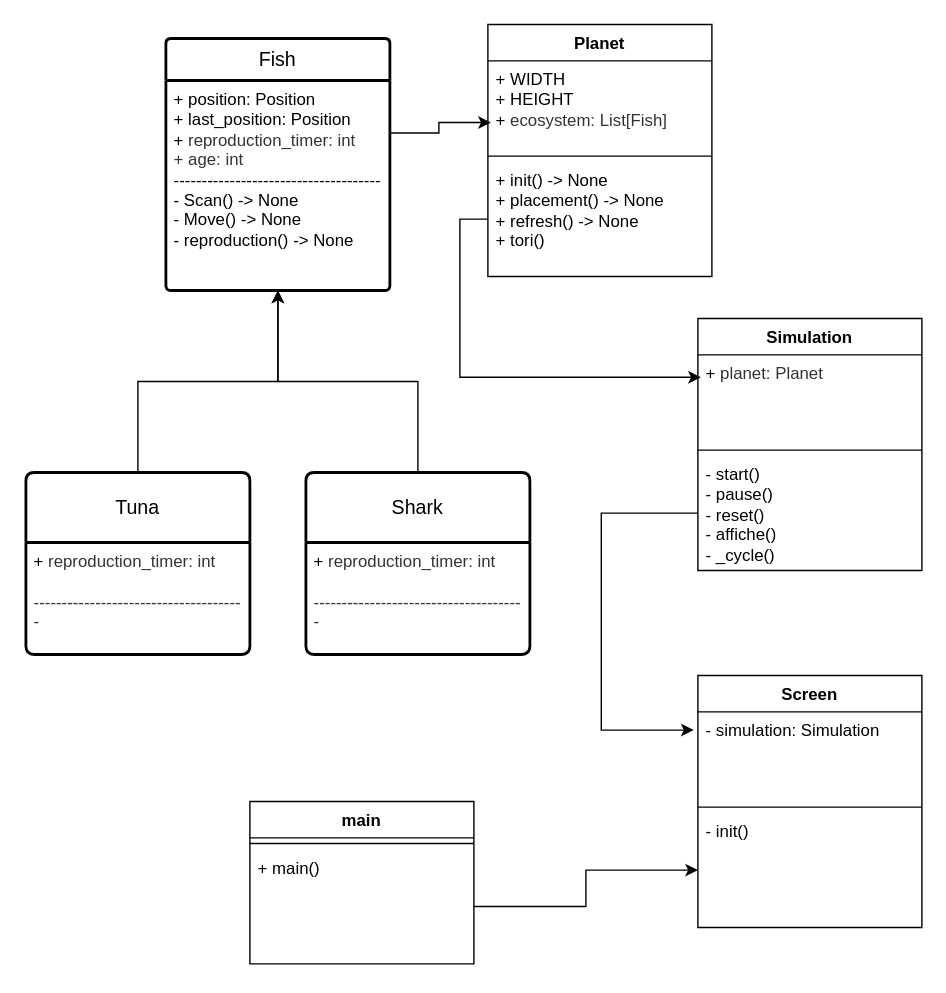
This is datas/Diagramme sans nom.drawio from shini559/Wa-Tor, a draw.io file, before an edit. Source tidied: cells renumbered, new cells numbered last; positions are measured from the earlier drawing's top-left corner, leaving out a move shared by most shapes. Both pictures are drawn from the tidied source at 140%, with x=0, y=0 at pixel (25, 24).
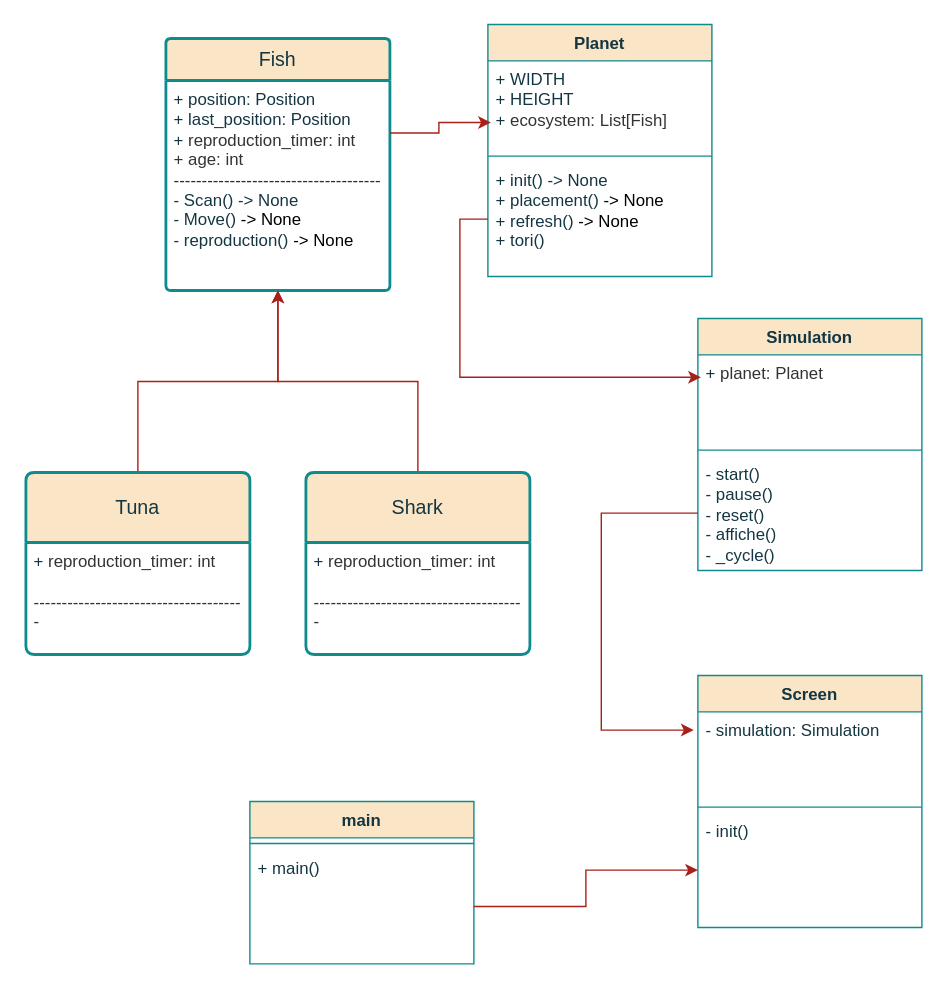
After the change.

Commit message:
Mettre à jour Diagramme sans nom.drawio

What changed in the source:
```diff
@@
-    <mxCell id="2" value="Fish" style="swimlane;horizontal=1;startSize=30;rounded=1;fontSize=14;fontStyle=0;strokeWidth=2;shadow=0;dashed=0;align=center;arcSize=4;whiteSpace=wrap;html=1;" parent="1" vertex="1">
+    <mxCell id="2" value="Fish" style="swimlane;horizontal=1;startSize=30;rounded=1;fontSize=14;fontStyle=0;strokeWidth=2;shadow=0;dashed=0;align=center;arcSize=4;whiteSpace=wrap;html=1;labelBackgroundColor=none;fillColor=#FAE5C7;strokeColor=#0F8B8D;fontColor=#143642;" parent="1" vertex="1">
       <mxGeometry x="100" y="10" width="160" height="180" as="geometry" />
     </mxCell>
-    <mxCell id="3" value="+ position: Position&lt;br&gt;+ last_position: Position&lt;div&gt;+&amp;nbsp;&lt;span style=&quot;background-color: rgb(255, 255, 255); color: rgb(51, 51, 51);&quot;&gt;&lt;font face=&quot;Helvetica&quot;&gt;reproduction_timer: int&lt;/font&gt;&lt;/span&gt;&lt;/div&gt;&lt;div&gt;&lt;font color=&quot;#333333&quot;&gt;+ age: int&lt;br&gt;&lt;/font&gt;&lt;div&gt;-------------------------------------&lt;/div&gt;&lt;div&gt;- Scan() -&amp;gt; None&lt;/div&gt;&lt;div&gt;- Move()&lt;span style=&quot;background-color: transparent; color: light-dark(rgb(0, 0, 0), rgb(255, 255, 255));&quot;&gt;&amp;nbsp;&lt;/span&gt;&lt;span style=&quot;background-color: transparent; color: light-dark(rgb(0, 0, 0), rgb(255, 255, 255));&quot;&gt;-&amp;gt; None&lt;/span&gt;&lt;/div&gt;&lt;div&gt;- reproduction()&lt;span style=&quot;background-color: transparent; color: light-dark(rgb(0, 0, 0), rgb(255, 255, 255));&quot;&gt;&amp;nbsp;&lt;/span&gt;&lt;span style=&quot;background-color: transparent; color: light-dark(rgb(0, 0, 0), rgb(255, 255, 255));&quot;&gt;-&amp;gt; None&lt;/span&gt;&lt;/div&gt;&lt;/div&gt;" style="align=left;strokeColor=none;fillColor=none;spacingLeft=4;spacingRight=4;fontSize=12;verticalAlign=top;html=1;whiteSpace=wrap;" parent="2" vertex="1">
+    <mxCell id="3" value="+ position: Position&lt;br&gt;+ last_position: Position&lt;div&gt;+&amp;nbsp;&lt;span style=&quot;background-color: rgb(255, 255, 255); color: rgb(51, 51, 51);&quot;&gt;&lt;font face=&quot;Helvetica&quot;&gt;reproduction_timer: int&lt;/font&gt;&lt;/span&gt;&lt;/div&gt;&lt;div&gt;&lt;font color=&quot;#333333&quot;&gt;+ age: int&lt;br&gt;&lt;/font&gt;&lt;div&gt;-------------------------------------&lt;/div&gt;&lt;div&gt;- Scan() -&amp;gt; None&lt;/div&gt;&lt;div&gt;- Move()&lt;span style=&quot;background-color: transparent; color: light-dark(rgb(0, 0, 0), rgb(255, 255, 255));&quot;&gt;&amp;nbsp;&lt;/span&gt;&lt;span style=&quot;background-color: transparent; color: light-dark(rgb(0, 0, 0), rgb(255, 255, 255));&quot;&gt;-&amp;gt; None&lt;/span&gt;&lt;/div&gt;&lt;div&gt;- reproduction()&lt;span style=&quot;background-color: transparent; color: light-dark(rgb(0, 0, 0), rgb(255, 255, 255));&quot;&gt;&amp;nbsp;&lt;/span&gt;&lt;span style=&quot;background-color: transparent; color: light-dark(rgb(0, 0, 0), rgb(255, 255, 255));&quot;&gt;-&amp;gt; None&lt;/span&gt;&lt;/div&gt;&lt;/div&gt;" style="align=left;strokeColor=none;fillColor=none;spacingLeft=4;spacingRight=4;fontSize=12;verticalAlign=top;html=1;whiteSpace=wrap;labelBackgroundColor=none;fontColor=#143642;" parent="2" vertex="1">
       <mxGeometry y="30" width="160" height="150" as="geometry" />
     </mxCell>
-    <mxCell id="4" style="edgeStyle=orthogonalEdgeStyle;rounded=0;jettySize=auto;html=1;exitX=0.5;exitY=0;exitDx=0;exitDy=0;entryX=0.5;entryY=1;entryDx=0;entryDy=0;" parent="1" edge="1" source="5" target="3">
+    <mxCell id="4" style="edgeStyle=orthogonalEdgeStyle;rounded=0;jettySize=auto;html=1;exitX=0.5;exitY=0;exitDx=0;exitDy=0;entryX=0.5;entryY=1;entryDx=0;entryDy=0;labelBackgroundColor=none;strokeColor=#A8201A;fontColor=default;" parent="1" edge="1" source="5" target="3">
       <mxGeometry relative="1" as="geometry" />
     </mxCell>
-    <mxCell id="5" value="Tuna" style="swimlane;horizontal=1;startSize=50;rounded=1;fontSize=14;fontStyle=0;strokeWidth=2;shadow=0;dashed=0;align=center;arcSize=4;whiteSpace=wrap;html=1;" parent="1" vertex="1">
+    <mxCell id="5" value="Tuna" style="swimlane;horizontal=1;startSize=50;rounded=1;fontSize=14;fontStyle=0;strokeWidth=2;shadow=0;dashed=0;align=center;arcSize=4;whiteSpace=wrap;html=1;labelBackgroundColor=none;fillColor=#FAE5C7;strokeColor=#0F8B8D;fontColor=#143642;" parent="1" vertex="1">
       <mxGeometry y="320" width="160" height="130" as="geometry" />
     </mxCell>
-    <mxCell id="6" value="+&amp;nbsp;&lt;span style=&quot;background-color: rgb(255, 255, 255); color: rgb(51, 51, 51);&quot;&gt;&lt;font face=&quot;Helvetica&quot;&gt;reproduction_timer: int&lt;/font&gt;&lt;/span&gt;&lt;div&gt;&lt;span style=&quot;background-color: rgb(255, 255, 255); color: rgb(51, 51, 51);&quot;&gt;&lt;font face=&quot;Helvetica&quot;&gt;&lt;br&gt;&lt;/font&gt;&lt;/span&gt;&lt;/div&gt;&lt;div&gt;&lt;span style=&quot;background-color: rgb(255, 255, 255); color: rgb(51, 51, 51);&quot;&gt;&lt;font face=&quot;Helvetica&quot;&gt;-------------------------------------&lt;/font&gt;&lt;/span&gt;&lt;/div&gt;&lt;div&gt;&lt;span style=&quot;background-color: rgb(255, 255, 255); color: rgb(51, 51, 51);&quot;&gt;&lt;font face=&quot;Helvetica&quot;&gt;-&amp;nbsp;&lt;/font&gt;&lt;/span&gt;&lt;/div&gt;&lt;div&gt;&lt;span style=&quot;background-color: rgb(255, 255, 255); color: rgb(51, 51, 51);&quot;&gt;&lt;font face=&quot;Helvetica&quot;&gt;&lt;br&gt;&lt;/font&gt;&lt;/span&gt;&lt;/div&gt;" style="align=left;strokeColor=none;fillColor=none;spacingLeft=4;spacingRight=4;fontSize=12;verticalAlign=top;html=1;whiteSpace=wrap;" parent="5" vertex="1">
+    <mxCell id="6" value="+&amp;nbsp;&lt;span style=&quot;background-color: rgb(255, 255, 255); color: rgb(51, 51, 51);&quot;&gt;&lt;font face=&quot;Helvetica&quot;&gt;reproduction_timer: int&lt;/font&gt;&lt;/span&gt;&lt;div&gt;&lt;span style=&quot;background-color: rgb(255, 255, 255); color: rgb(51, 51, 51);&quot;&gt;&lt;font face=&quot;Helvetica&quot;&gt;&lt;br&gt;&lt;/font&gt;&lt;/span&gt;&lt;/div&gt;&lt;div&gt;&lt;span style=&quot;background-color: rgb(255, 255, 255); color: rgb(51, 51, 51);&quot;&gt;&lt;font face=&quot;Helvetica&quot;&gt;-------------------------------------&lt;/font&gt;&lt;/span&gt;&lt;/div&gt;&lt;div&gt;&lt;span style=&quot;background-color: rgb(255, 255, 255); color: rgb(51, 51, 51);&quot;&gt;&lt;font face=&quot;Helvetica&quot;&gt;-&amp;nbsp;&lt;/font&gt;&lt;/span&gt;&lt;/div&gt;&lt;div&gt;&lt;span style=&quot;background-color: rgb(255, 255, 255); color: rgb(51, 51, 51);&quot;&gt;&lt;font face=&quot;Helvetica&quot;&gt;&lt;br&gt;&lt;/font&gt;&lt;/span&gt;&lt;/div&gt;" style="align=left;strokeColor=none;fillColor=none;spacingLeft=4;spacingRight=4;fontSize=12;verticalAlign=top;html=1;whiteSpace=wrap;labelBackgroundColor=none;fontColor=#143642;" parent="5" vertex="1">
       <mxGeometry y="50" width="160" height="80" as="geometry" />
     </mxCell>
-    <mxCell id="7" style="edgeStyle=orthogonalEdgeStyle;rounded=0;jettySize=auto;html=1;exitX=0.5;exitY=0;exitDx=0;exitDy=0;entryX=0.5;entryY=1;entryDx=0;entryDy=0;" parent="1" edge="1" source="8" target="3">
+    <mxCell id="7" style="edgeStyle=orthogonalEdgeStyle;rounded=0;jettySize=auto;html=1;exitX=0.5;exitY=0;exitDx=0;exitDy=0;entryX=0.5;entryY=1;entryDx=0;entryDy=0;labelBackgroundColor=none;strokeColor=#A8201A;fontColor=default;" parent="1" edge="1" source="8" target="3">
       <mxGeometry relative="1" as="geometry" />
     </mxCell>
-    <mxCell id="8" value="Shark" style="swimlane;horizontal=1;startSize=50;rounded=1;fontSize=14;fontStyle=0;strokeWidth=2;shadow=0;dashed=0;align=center;arcSize=4;whiteSpace=wrap;html=1;" parent="1" vertex="1">
+    <mxCell id="8" value="Shark" style="swimlane;horizontal=1;startSize=50;rounded=1;fontSize=14;fontStyle=0;strokeWidth=2;shadow=0;dashed=0;align=center;arcSize=4;whiteSpace=wrap;html=1;labelBackgroundColor=none;fillColor=#FAE5C7;strokeColor=#0F8B8D;fontColor=#143642;" parent="1" vertex="1">
       <mxGeometry x="200" y="320" width="160" height="130" as="geometry" />
     </mxCell>
-    <mxCell id="9" value="+&amp;nbsp;&lt;span style=&quot;background-color: rgb(255, 255, 255); color: rgb(51, 51, 51);&quot;&gt;&lt;font face=&quot;Helvetica&quot;&gt;reproduction_timer: int&lt;/font&gt;&lt;/span&gt;&lt;div&gt;&lt;span style=&quot;background-color: rgb(255, 255, 255); color: rgb(51, 51, 51);&quot;&gt;&lt;font face=&quot;Helvetica&quot;&gt;&lt;br&gt;&lt;/font&gt;&lt;/span&gt;&lt;/div&gt;&lt;div&gt;&lt;span style=&quot;background-color: rgb(255, 255, 255); color: rgb(51, 51, 51);&quot;&gt;&lt;font face=&quot;Helvetica&quot;&gt;-------------------------------------&lt;/font&gt;&lt;/span&gt;&lt;/div&gt;&lt;div&gt;&lt;span style=&quot;background-color: rgb(255, 255, 255); color: rgb(51, 51, 51);&quot;&gt;&lt;font face=&quot;Helvetica&quot;&gt;-&amp;nbsp;&lt;/font&gt;&lt;/span&gt;&lt;/div&gt;&lt;div&gt;&lt;span style=&quot;background-color: rgb(255, 255, 255); color: rgb(51, 51, 51);&quot;&gt;&lt;font face=&quot;Helvetica&quot;&gt;&lt;br&gt;&lt;/font&gt;&lt;/span&gt;&lt;/div&gt;" style="align=left;strokeColor=none;fillColor=none;spacingLeft=4;spacingRight=4;fontSize=12;verticalAlign=top;html=1;whiteSpace=wrap;" parent="8" vertex="1">
+    <mxCell id="9" value="+&amp;nbsp;&lt;span style=&quot;background-color: rgb(255, 255, 255); color: rgb(51, 51, 51);&quot;&gt;&lt;font face=&quot;Helvetica&quot;&gt;reproduction_timer: int&lt;/font&gt;&lt;/span&gt;&lt;div&gt;&lt;span style=&quot;background-color: rgb(255, 255, 255); color: rgb(51, 51, 51);&quot;&gt;&lt;font face=&quot;Helvetica&quot;&gt;&lt;br&gt;&lt;/font&gt;&lt;/span&gt;&lt;/div&gt;&lt;div&gt;&lt;span style=&quot;background-color: rgb(255, 255, 255); color: rgb(51, 51, 51);&quot;&gt;&lt;font face=&quot;Helvetica&quot;&gt;-------------------------------------&lt;/font&gt;&lt;/span&gt;&lt;/div&gt;&lt;div&gt;&lt;span style=&quot;background-color: rgb(255, 255, 255); color: rgb(51, 51, 51);&quot;&gt;&lt;font face=&quot;Helvetica&quot;&gt;-&amp;nbsp;&lt;/font&gt;&lt;/span&gt;&lt;/div&gt;&lt;div&gt;&lt;span style=&quot;background-color: rgb(255, 255, 255); color: rgb(51, 51, 51);&quot;&gt;&lt;font face=&quot;Helvetica&quot;&gt;&lt;br&gt;&lt;/font&gt;&lt;/span&gt;&lt;/div&gt;" style="align=left;strokeColor=none;fillColor=none;spacingLeft=4;spacingRight=4;fontSize=12;verticalAlign=top;html=1;whiteSpace=wrap;labelBackgroundColor=none;fontColor=#143642;" parent="8" vertex="1">
       <mxGeometry y="50" width="160" height="80" as="geometry" />
     </mxCell>
-    <mxCell id="10" value="Simulation" style="swimlane;fontStyle=1;align=center;verticalAlign=top;horizontal=1;startSize=26;whiteSpace=wrap;html=1;" parent="1" vertex="1">
+    <mxCell id="10" value="Simulation" style="swimlane;fontStyle=1;align=center;verticalAlign=top;horizontal=1;startSize=26;whiteSpace=wrap;html=1;labelBackgroundColor=none;fillColor=#FAE5C7;strokeColor=#0F8B8D;fontColor=#143642;" parent="1" vertex="1">
       <mxGeometry x="480" y="210" width="160" height="180" as="geometry" />
     </mxCell>
-    <mxCell id="11" value="+&amp;nbsp;&lt;span style=&quot;color: rgb(51, 51, 51); background-color: rgb(255, 255, 255);&quot;&gt;planet: Planet&lt;/span&gt;" style="text;strokeColor=none;fillColor=none;align=left;verticalAlign=top;spacingLeft=4;spacingRight=4;overflow=hidden;points=[[0,0.5],[1,0.5]];portConstraint=eastwest;whiteSpace=wrap;html=1;" parent="10" vertex="1">
+    <mxCell id="11" value="+&amp;nbsp;&lt;span style=&quot;color: rgb(51, 51, 51); background-color: rgb(255, 255, 255);&quot;&gt;planet: Planet&lt;/span&gt;" style="text;strokeColor=none;fillColor=none;align=left;verticalAlign=top;spacingLeft=4;spacingRight=4;overflow=hidden;points=[[0,0.5],[1,0.5]];portConstraint=eastwest;whiteSpace=wrap;html=1;labelBackgroundColor=none;fontColor=#143642;" parent="10" vertex="1">
       <mxGeometry y="26" width="160" height="64" as="geometry" />
     </mxCell>
-    <mxCell id="12" style="line;strokeWidth=1;fillColor=none;align=left;verticalAlign=middle;spacingTop=-1;spacingLeft=3;spacingRight=3;labelPosition=right;strokeColor=inherit;" parent="10" vertex="1">
+    <mxCell id="12" style="line;strokeWidth=1;fillColor=none;align=left;verticalAlign=middle;spacingTop=-1;spacingLeft=3;spacingRight=3;labelPosition=right;strokeColor=#0F8B8D;labelBackgroundColor=none;fontColor=#143642;" parent="10" vertex="1">
       <mxGeometry y="90" width="160" height="8" as="geometry" />
     </mxCell>
-    <mxCell id="13" value="- start()&lt;div&gt;- pause()&lt;/div&gt;&lt;div&gt;- reset()&lt;/div&gt;&lt;div&gt;- affiche()&lt;/div&gt;&lt;div&gt;- _cycle()&lt;/div&gt;" style="text;strokeColor=none;fillColor=none;align=left;verticalAlign=top;spacingLeft=4;spacingRight=4;overflow=hidden;points=[[0,0.5],[1,0.5]];portConstraint=eastwest;whiteSpace=wrap;html=1;" parent="10" vertex="1">
+    <mxCell id="13" value="- start()&lt;div&gt;- pause()&lt;/div&gt;&lt;div&gt;- reset()&lt;/div&gt;&lt;div&gt;- affiche()&lt;/div&gt;&lt;div&gt;- _cycle()&lt;/div&gt;" style="text;strokeColor=none;fillColor=none;align=left;verticalAlign=top;spacingLeft=4;spacingRight=4;overflow=hidden;points=[[0,0.5],[1,0.5]];portConstraint=eastwest;whiteSpace=wrap;html=1;labelBackgroundColor=none;fontColor=#143642;" parent="10" vertex="1">
       <mxGeometry y="98" width="160" height="82" as="geometry" />
     </mxCell>
-    <mxCell id="14" value="main" style="swimlane;fontStyle=1;align=center;verticalAlign=top;horizontal=1;startSize=26;whiteSpace=wrap;html=1;" parent="1" vertex="1">
+    <mxCell id="14" value="main" style="swimlane;fontStyle=1;align=center;verticalAlign=top;horizontal=1;startSize=26;whiteSpace=wrap;html=1;labelBackgroundColor=none;fillColor=#FAE5C7;strokeColor=#0F8B8D;fontColor=#143642;" parent="1" vertex="1">
       <mxGeometry x="160" y="555" width="160" height="116" as="geometry" />
     </mxCell>
-    <mxCell id="15" style="line;strokeWidth=1;fillColor=none;align=left;verticalAlign=middle;spacingTop=-1;spacingLeft=3;spacingRight=3;labelPosition=right;strokeColor=inherit;" parent="14" vertex="1">
+    <mxCell id="15" style="line;strokeWidth=1;fillColor=none;align=left;verticalAlign=middle;spacingTop=-1;spacingLeft=3;spacingRight=3;labelPosition=right;strokeColor=#0F8B8D;labelBackgroundColor=none;fontColor=#143642;" parent="14" vertex="1">
       <mxGeometry y="26" width="160" height="8" as="geometry" />
     </mxCell>
-    <mxCell id="16" value="+ main()" style="text;strokeColor=none;fillColor=none;align=left;verticalAlign=top;spacingLeft=4;spacingRight=4;overflow=hidden;points=[[0,0.5],[1,0.5]];portConstraint=eastwest;whiteSpace=wrap;html=1;" parent="14" vertex="1">
+    <mxCell id="16" value="+ main()" style="text;strokeColor=none;fillColor=none;align=left;verticalAlign=top;spacingLeft=4;spacingRight=4;overflow=hidden;points=[[0,0.5],[1,0.5]];portConstraint=eastwest;whiteSpace=wrap;html=1;labelBackgroundColor=none;fontColor=#143642;" parent="14" vertex="1">
       <mxGeometry y="34" width="160" height="82" as="geometry" />
     </mxCell>
-    <mxCell id="17" value="Planet" style="swimlane;fontStyle=1;align=center;verticalAlign=top;horizontal=1;startSize=26;whiteSpace=wrap;html=1;" parent="1" vertex="1">
+    <mxCell id="17" value="Planet" style="swimlane;fontStyle=1;align=center;verticalAlign=top;horizontal=1;startSize=26;whiteSpace=wrap;html=1;labelBackgroundColor=none;fillColor=#FAE5C7;strokeColor=#0F8B8D;fontColor=#143642;" parent="1" vertex="1">
       <mxGeometry x="330" width="160" height="180" as="geometry" />
     </mxCell>
-    <mxCell id="18" value="&lt;div&gt;+ WIDTH&lt;/div&gt;&lt;div&gt;+ HEIGHT&lt;/div&gt;+&amp;nbsp;&lt;span style=&quot;color: rgb(51, 51, 51); background-color: rgb(255, 255, 255);&quot;&gt;ecosystem: List[Fish]&lt;/span&gt;" style="text;strokeColor=none;fillColor=none;align=left;verticalAlign=top;spacingLeft=4;spacingRight=4;overflow=hidden;points=[[0,0.5],[1,0.5]];portConstraint=eastwest;whiteSpace=wrap;html=1;" parent="17" vertex="1">
+    <mxCell id="18" value="&lt;div&gt;+ WIDTH&lt;/div&gt;&lt;div&gt;+ HEIGHT&lt;/div&gt;+&amp;nbsp;&lt;span style=&quot;color: rgb(51, 51, 51); background-color: rgb(255, 255, 255);&quot;&gt;ecosystem: List[Fish]&lt;/span&gt;" style="text;strokeColor=none;fillColor=none;align=left;verticalAlign=top;spacingLeft=4;spacingRight=4;overflow=hidden;points=[[0,0.5],[1,0.5]];portConstraint=eastwest;whiteSpace=wrap;html=1;labelBackgroundColor=none;fontColor=#143642;" parent="17" vertex="1">
       <mxGeometry y="26" width="160" height="64" as="geometry" />
     </mxCell>
-    <mxCell id="19" style="line;strokeWidth=1;fillColor=none;align=left;verticalAlign=middle;spacingTop=-1;spacingLeft=3;spacingRight=3;labelPosition=right;strokeColor=inherit;" parent="17" vertex="1">
+    <mxCell id="19" style="line;strokeWidth=1;fillColor=none;align=left;verticalAlign=middle;spacingTop=-1;spacingLeft=3;spacingRight=3;labelPosition=right;strokeColor=#0F8B8D;labelBackgroundColor=none;fontColor=#143642;" parent="17" vertex="1">
       <mxGeometry y="90" width="160" height="8" as="geometry" />
     </mxCell>
-    <mxCell id="20" value="+ init()&amp;nbsp;-&amp;gt; None&lt;div&gt;+ placement()&lt;span style=&quot;background-color: transparent; color: light-dark(rgb(0, 0, 0), rgb(255, 255, 255));&quot;&gt;&amp;nbsp;&lt;/span&gt;&lt;span style=&quot;background-color: transparent; color: light-dark(rgb(0, 0, 0), rgb(255, 255, 255));&quot;&gt;-&amp;gt; None&lt;/span&gt;&lt;/div&gt;&lt;div&gt;+ refresh()&lt;span style=&quot;background-color: transparent; color: light-dark(rgb(0, 0, 0), rgb(255, 255, 255));&quot;&gt;&amp;nbsp;&lt;/span&gt;&lt;span style=&quot;background-color: transparent; color: light-dark(rgb(0, 0, 0), rgb(255, 255, 255));&quot;&gt;-&amp;gt; None&lt;/span&gt;&lt;/div&gt;&lt;div&gt;+ tori()&lt;/div&gt;" style="text;strokeColor=none;fillColor=none;align=left;verticalAlign=top;spacingLeft=4;spacingRight=4;overflow=hidden;points=[[0,0.5],[1,0.5]];portConstraint=eastwest;whiteSpace=wrap;html=1;" parent="17" vertex="1">
+    <mxCell id="20" value="+ init()&amp;nbsp;-&amp;gt; None&lt;div&gt;+ placement()&lt;span style=&quot;background-color: transparent; color: light-dark(rgb(0, 0, 0), rgb(255, 255, 255));&quot;&gt;&amp;nbsp;&lt;/span&gt;&lt;span style=&quot;background-color: transparent; color: light-dark(rgb(0, 0, 0), rgb(255, 255, 255));&quot;&gt;-&amp;gt; None&lt;/span&gt;&lt;/div&gt;&lt;div&gt;+ refresh()&lt;span style=&quot;background-color: transparent; color: light-dark(rgb(0, 0, 0), rgb(255, 255, 255));&quot;&gt;&amp;nbsp;&lt;/span&gt;&lt;span style=&quot;background-color: transparent; color: light-dark(rgb(0, 0, 0), rgb(255, 255, 255));&quot;&gt;-&amp;gt; None&lt;/span&gt;&lt;/div&gt;&lt;div&gt;+ tori()&lt;/div&gt;" style="text;strokeColor=none;fillColor=none;align=left;verticalAlign=top;spacingLeft=4;spacingRight=4;overflow=hidden;points=[[0,0.5],[1,0.5]];portConstraint=eastwest;whiteSpace=wrap;html=1;labelBackgroundColor=none;fontColor=#143642;" parent="17" vertex="1">
       <mxGeometry y="98" width="160" height="82" as="geometry" />
     </mxCell>
-    <mxCell id="21" value="Screen" style="swimlane;fontStyle=1;align=center;verticalAlign=top;horizontal=1;startSize=26;whiteSpace=wrap;html=1;" parent="1" vertex="1">
+    <mxCell id="21" value="Screen" style="swimlane;fontStyle=1;align=center;verticalAlign=top;horizontal=1;startSize=26;whiteSpace=wrap;html=1;labelBackgroundColor=none;fillColor=#FAE5C7;strokeColor=#0F8B8D;fontColor=#143642;" parent="1" vertex="1">
       <mxGeometry x="480" y="465" width="160" height="180" as="geometry" />
     </mxCell>
-    <mxCell id="22" value="- simulation: Simulation" style="text;strokeColor=none;fillColor=none;align=left;verticalAlign=top;spacingLeft=4;spacingRight=4;overflow=hidden;points=[[0,0.5],[1,0.5]];portConstraint=eastwest;whiteSpace=wrap;html=1;" parent="21" vertex="1">
+    <mxCell id="22" value="- simulation: Simulation" style="text;strokeColor=none;fillColor=none;align=left;verticalAlign=top;spacingLeft=4;spacingRight=4;overflow=hidden;points=[[0,0.5],[1,0.5]];portConstraint=eastwest;whiteSpace=wrap;html=1;labelBackgroundColor=none;fontColor=#143642;" parent="21" vertex="1">
       <mxGeometry y="26" width="160" height="64" as="geometry" />
     </mxCell>
-    <mxCell id="23" style="line;strokeWidth=1;fillColor=none;align=left;verticalAlign=middle;spacingTop=-1;spacingLeft=3;spacingRight=3;labelPosition=right;strokeColor=inherit;" parent="21" vertex="1">
+    <mxCell id="23" style="line;strokeWidth=1;fillColor=none;align=left;verticalAlign=middle;spacingTop=-1;spacingLeft=3;spacingRight=3;labelPosition=right;strokeColor=#0F8B8D;labelBackgroundColor=none;fontColor=#143642;" parent="21" vertex="1">
       <mxGeometry y="90" width="160" height="8" as="geometry" />
     </mxCell>
-    <mxCell id="24" value="- init()" style="text;strokeColor=none;fillColor=none;align=left;verticalAlign=top;spacingLeft=4;spacingRight=4;overflow=hidden;points=[[0,0.5],[1,0.5]];portConstraint=eastwest;whiteSpace=wrap;html=1;" parent="21" vertex="1">
+    <mxCell id="24" value="- init()" style="text;strokeColor=none;fillColor=none;align=left;verticalAlign=top;spacingLeft=4;spacingRight=4;overflow=hidden;points=[[0,0.5],[1,0.5]];portConstraint=eastwest;whiteSpace=wrap;html=1;labelBackgroundColor=none;fontColor=#143642;" parent="21" vertex="1">
       <mxGeometry y="98" width="160" height="82" as="geometry" />
     </mxCell>
-    <mxCell id="25" style="edgeStyle=orthogonalEdgeStyle;rounded=0;jettySize=auto;html=1;exitX=1;exitY=0.25;exitDx=0;exitDy=0;entryX=0.013;entryY=0.688;entryDx=0;entryDy=0;entryPerimeter=0;" parent="1" edge="1" source="3" target="18">
+    <mxCell id="25" style="edgeStyle=orthogonalEdgeStyle;rounded=0;jettySize=auto;html=1;exitX=1;exitY=0.25;exitDx=0;exitDy=0;entryX=0.013;entryY=0.688;entryDx=0;entryDy=0;entryPerimeter=0;labelBackgroundColor=none;strokeColor=#A8201A;fontColor=default;" parent="1" edge="1" source="3" target="18">
       <mxGeometry relative="1" as="geometry" />
     </mxCell>
-    <mxCell id="26" style="edgeStyle=orthogonalEdgeStyle;rounded=0;jettySize=auto;html=1;exitX=1;exitY=0.5;exitDx=0;exitDy=0;entryX=0;entryY=0.5;entryDx=0;entryDy=0;" parent="1" edge="1" source="16" target="24">
+    <mxCell id="26" style="edgeStyle=orthogonalEdgeStyle;rounded=0;jettySize=auto;html=1;exitX=1;exitY=0.5;exitDx=0;exitDy=0;entryX=0;entryY=0.5;entryDx=0;entryDy=0;labelBackgroundColor=none;strokeColor=#A8201A;fontColor=default;" parent="1" edge="1" source="16" target="24">
       <mxGeometry relative="1" as="geometry" />
     </mxCell>
-    <mxCell id="27" style="edgeStyle=orthogonalEdgeStyle;rounded=0;jettySize=auto;html=1;exitX=0;exitY=0.5;exitDx=0;exitDy=0;entryX=0.013;entryY=0.25;entryDx=0;entryDy=0;entryPerimeter=0;" parent="1" edge="1" source="20" target="11">
+    <mxCell id="27" style="edgeStyle=orthogonalEdgeStyle;rounded=0;jettySize=auto;html=1;exitX=0;exitY=0.5;exitDx=0;exitDy=0;entryX=0.013;entryY=0.25;entryDx=0;entryDy=0;entryPerimeter=0;labelBackgroundColor=none;strokeColor=#A8201A;fontColor=default;" parent="1" edge="1" source="20" target="11">
       <mxGeometry relative="1" as="geometry" />
     </mxCell>
-    <mxCell id="28" style="edgeStyle=orthogonalEdgeStyle;rounded=0;jettySize=auto;html=1;exitX=0;exitY=0.5;exitDx=0;exitDy=0;entryX=-0.019;entryY=0.203;entryDx=0;entryDy=0;entryPerimeter=0;" parent="1" edge="1" source="13" target="22">
+    <mxCell id="28" style="edgeStyle=orthogonalEdgeStyle;rounded=0;jettySize=auto;html=1;exitX=0;exitY=0.5;exitDx=0;exitDy=0;entryX=-0.019;entryY=0.203;entryDx=0;entryDy=0;entryPerimeter=0;labelBackgroundColor=none;strokeColor=#A8201A;fontColor=default;" parent="1" edge="1" source="13" target="22">
       <mxGeometry relative="1" as="geometry">
         <Array as="points">
           <mxPoint x="411" y="349" />
           <mxPoint x="411" y="504" />
         </Array>
       </mxGeometry>
     </mxCell>
```
